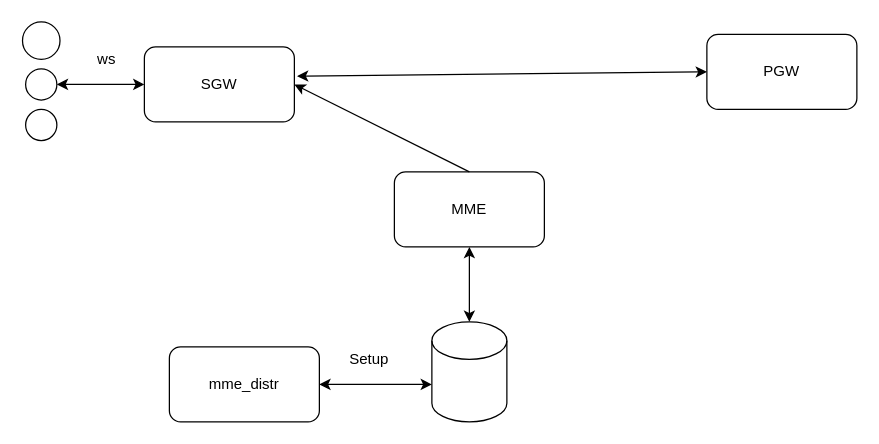
This is system.drawio from sanzor/4G-Network-Evolved-Packet-Core, a draw.io file, before an edit. Source tidied: cells renumbered, new cells numbered last; positions are measured from the earlier drawing's top-left corner, leaving out a move shared by most shapes. Both pictures are drawn from the tidied source at 125%, with x=0, y=0 at pixel (21, 21).
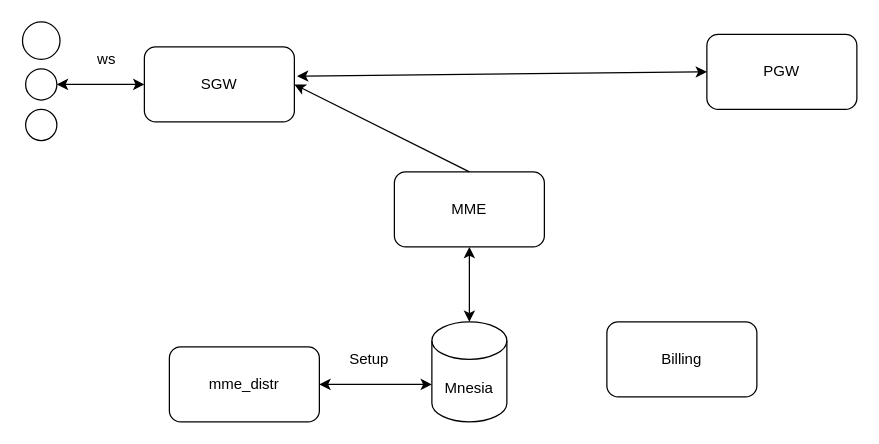
The same diagram, later.

What changed in the source:
```diff
@@
 <mxGraphModel>
   <root>
     <mxCell id="0" />
     <mxCell id="1" parent="0" />
     <mxCell id="2" value="PGW" style="rounded=1;whiteSpace=wrap;html=1;" parent="1" vertex="1">
       <mxGeometry x="548" y="10" width="120" height="60" as="geometry" />
     </mxCell>
     <mxCell id="3" value="MME" style="rounded=1;whiteSpace=wrap;html=1;" parent="1" vertex="1">
       <mxGeometry x="298" y="120" width="120" height="60" as="geometry" />
     </mxCell>
-    <mxCell id="4" style="shape=cylinder3;whiteSpace=wrap;html=1;boundedLbl=1;backgroundOutline=1;size=15;" parent="1" vertex="1">
+    <mxCell id="4" value="Mnesia" style="shape=cylinder3;whiteSpace=wrap;html=1;boundedLbl=1;backgroundOutline=1;size=15;" parent="1" vertex="1">
       <mxGeometry x="328" y="240" width="60" height="80" as="geometry" />
     </mxCell>
     <mxCell id="5" style="endArrow=classic;startArrow=classic;html=1;exitX=0.5;exitY=0;exitDx=0;exitDy=0;exitPerimeter=0;entryX=0.5;entryY=1;entryDx=0;entryDy=0;" parent="1" edge="1" source="4" target="3">
       <mxGeometry relative="1" as="geometry" />
     </mxCell>
     <mxCell id="6" value="SGW" style="rounded=1;whiteSpace=wrap;html=1;" parent="1" vertex="1">
       <mxGeometry x="98" y="20" width="120" height="60" as="geometry" />
     </mxCell>
     <mxCell id="7" style="ellipse;whiteSpace=wrap;html=1;" parent="1" vertex="1">
       <mxGeometry x="3" y="70" width="25" height="25" as="geometry" />
     </mxCell>
     <mxCell id="8" style="ellipse;whiteSpace=wrap;html=1;" parent="1" vertex="1">
       <mxGeometry x="3" y="37.5" width="25" height="25" as="geometry" />
     </mxCell>
     <mxCell id="9" style="ellipse;whiteSpace=wrap;html=1;" parent="1" vertex="1">
       <mxGeometry x="0.5" width="30" height="30" as="geometry" />
     </mxCell>
     <mxCell id="10" style="endArrow=classic;html=1;exitX=0.5;exitY=0;exitDx=0;exitDy=0;entryX=1;entryY=0.5;entryDx=0;entryDy=0;" parent="1" edge="1" source="3" target="6">
       <mxGeometry relative="1" as="geometry" />
     </mxCell>
     <mxCell id="11" value="mme_distr" style="rounded=1;whiteSpace=wrap;html=1;" parent="1" vertex="1">
       <mxGeometry x="118" y="260" width="120" height="60" as="geometry" />
     </mxCell>
     <mxCell id="12" style="endArrow=classic;startArrow=classic;html=1;exitX=1;exitY=0.5;exitDx=0;exitDy=0;" parent="1" edge="1" source="11">
       <mxGeometry relative="1" as="geometry">
         <mxPoint x="328" y="290" as="targetPoint" />
       </mxGeometry>
     </mxCell>
     <mxCell id="13" value="Setup" style="text;html=1;strokeColor=none;fillColor=none;align=center;verticalAlign=middle;whiteSpace=wrap;rounded=0;" parent="1" vertex="1">
       <mxGeometry x="258" y="260" width="40" height="20" as="geometry" />
     </mxCell>
     <mxCell id="14" value="ws" style="text;html=1;strokeColor=none;fillColor=none;align=center;verticalAlign=middle;whiteSpace=wrap;rounded=0;" parent="1" vertex="1">
       <mxGeometry x="48" y="20" width="40" height="20" as="geometry" />
     </mxCell>
     <mxCell id="15" style="endArrow=classic;startArrow=classic;html=1;exitX=1;exitY=0.5;exitDx=0;exitDy=0;entryX=0;entryY=0.5;entryDx=0;entryDy=0;" parent="1" edge="1" source="8" target="6">
       <mxGeometry relative="1" as="geometry" />
     </mxCell>
     <mxCell id="16" style="endArrow=classic;startArrow=classic;html=1;exitX=1.018;exitY=0.39;exitDx=0;exitDy=0;exitPerimeter=0;entryX=0;entryY=0.5;entryDx=0;entryDy=0;" parent="1" edge="1" source="6" target="2">
       <mxGeometry relative="1" as="geometry" />
     </mxCell>
+    <mxCell id="17" value="Billing" style="rounded=1;whiteSpace=wrap;html=1;" parent="1" vertex="1">
+      <mxGeometry x="468" y="240" width="120" height="60" as="geometry" />
+    </mxCell>
   </root>
 </mxGraphModel>
```
